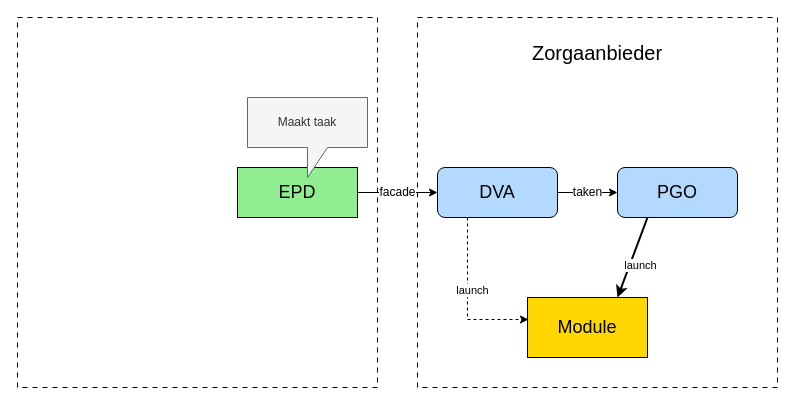
Before: input/images/koppeltaal/optie2.drawio in KoppelMij/koppelmij-designs, a draw.io diagram. Source tidied: cells renumbered, new cells numbered last; positions are measured from the earlier drawing's top-left corner, leaving out a move shared by most shapes. Both pictures are drawn from the tidied source at 100%, with x=0, y=0 at pixel (17, 17).
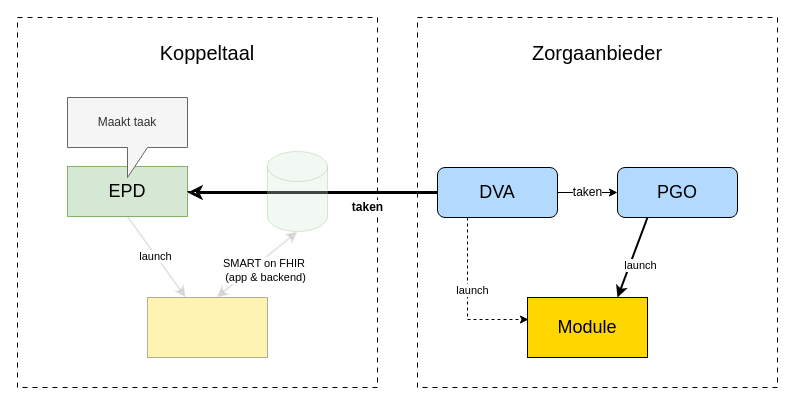
Above is the later version.

Commit message (it also covers changes not shown here):
Update Option 5 in Koppeltaal Domeinen documentation

The change refers to these unchanged cells:
```xml
<mxCell id="6" value="DVA" style="rounded=1;whiteSpace=wrap;html=1;fillColor=#B3D9FF;strokeColor=#000000;fontSize=18;arcSize=15;" parent="1" vertex="1">
  <mxGeometry x="420" y="150" width="120" height="50" as="geometry" />
</mxCell>
```

Change to the diagram source:
```diff
@@
-    <mxCell id="5" value="EPD" style="rounded=0;whiteSpace=wrap;html=1;fillColor=#90EE90;strokeColor=#000000;fontSize=18;" parent="1" vertex="1">
-      <mxGeometry x="220" y="150" width="120" height="50" as="geometry" />
-    </mxCell>
@@
-    <mxCell id="9" value="facade" style="edgeStyle=orthogonalEdgeStyle;rounded=0;jettySize=auto;html=1;exitX=1;exitY=0.5;exitDx=0;exitDy=0;entryX=0;entryY=0.5;entryDx=0;entryDy=0;strokeColor=#000000;fontSize=12;" parent="1" edge="1" source="5" target="6">
-      <mxGeometry relative="1" as="geometry" />
+    <mxCell id="9" value="&lt;b&gt;taken&lt;/b&gt;" style="edgeStyle=elbowEdgeStyle;rounded=0;jettySize=auto;html=1;entryX=0;entryY=0.5;entryDx=0;entryDy=0;strokeColor=#000000;fontSize=12;startArrow=classic;startFill=0;endArrow=none;strokeWidth=3;elbow=vertical;" parent="1" edge="1" target="6">
+      <mxGeometry x="0.44" y="-15" relative="1" as="geometry">
+        <mxPoint x="170" y="175" as="sourcePoint" />
+      </mxGeometry>
     </mxCell>
@@
+    <mxCell id="14" value="Koppeltaal" style="text;html=1;strokeColor=none;fillColor=none;align=center;verticalAlign=middle;whiteSpace=wrap;rounded=0;fontSize=20;fontStyle=0;" parent="1" vertex="1">
+      <mxGeometry x="130" y="20" width="120" height="30" as="geometry" />
+    </mxCell>
+    <mxCell id="5" value="&lt;div style=&quot;line-height: 70%;&quot;&gt;&lt;div&gt;&lt;span&gt;EPD&lt;/span&gt;&lt;/div&gt;&lt;/div&gt;" style="rounded=0;whiteSpace=wrap;html=1;fillColor=#d5e8d4;strokeColor=#82b366;fontSize=18;" parent="1" vertex="1">
+      <mxGeometry x="50" y="149" width="120" height="50" as="geometry" />
+    </mxCell>
+    <mxCell id="15" style="rounded=0;whiteSpace=wrap;html=1;fillColor=#FFD700;strokeColor=#000000;fontSize=18;opacity=30;" parent="1" vertex="1">
+      <mxGeometry x="130" y="280" width="120" height="60" as="geometry" />
+    </mxCell>
     <mxCell id="13" value="Maakt taak" style="shape=callout;whiteSpace=wrap;html=1;perimeter=calloutPerimeter;fillColor=#f5f5f5;strokeColor=#666666;fontColor=#333333;" parent="1" vertex="1">
-      <mxGeometry x="230" y="80" width="120" height="80" as="geometry" />
+      <mxGeometry x="50" y="80" width="120" height="80" as="geometry" />
     </mxCell>
+    <mxCell id="16" style="edgeStyle=orthogonalEdgeStyle;rounded=0;jettySize=auto;html=1;exitX=1;exitY=0.5;exitDx=0;exitDy=0;strokeColor=#000000;fontSize=12;endArrow=none;endFill=0;entryX=0;entryY=0.5;entryDx=0;entryDy=0;entryPerimeter=0;" parent="1" edge="1" source="5" target="19">
+      <mxGeometry relative="1" as="geometry" />
+    </mxCell>
+    <mxCell id="17" value="SMART on FHIR&amp;nbsp;&lt;div&gt;(app &amp;amp; backend)&lt;/div&gt;" style="rounded=0;jettySize=auto;html=1;entryX=0.575;entryY=0;entryDx=0;entryDy=0;strokeColor=#000000;strokeWidth=2;fontSize=11;startArrow=classic;startFill=1;entryPerimeter=0;exitX=0.5;exitY=1;exitDx=0;exitDy=0;exitPerimeter=0;opacity=10;" parent="1" edge="1" source="19" target="15">
+      <mxGeometry x="-0.07" y="10" relative="1" as="geometry" />
+    </mxCell>
+    <mxCell id="18" value="launch" style="rounded=0;jettySize=auto;html=1;exitX=0.5;exitY=1;exitDx=0;exitDy=0;strokeColor=#000000;strokeWidth=2;fontSize=11;opacity=10;" parent="1" edge="1" source="5" target="15">
+      <mxGeometry x="-0.01" y="-1" relative="1" as="geometry" />
+    </mxCell>
+    <mxCell id="19" style="shape=cylinder3;whiteSpace=wrap;html=1;boundedLbl=1;backgroundOutline=1;size=15;fillColor=#d5e8d4;strokeColor=#82b366;fontSize=15;opacity=30;" parent="1" vertex="1">
+      <mxGeometry x="250" y="134" width="60" height="80" as="geometry" />
+    </mxCell>
```
